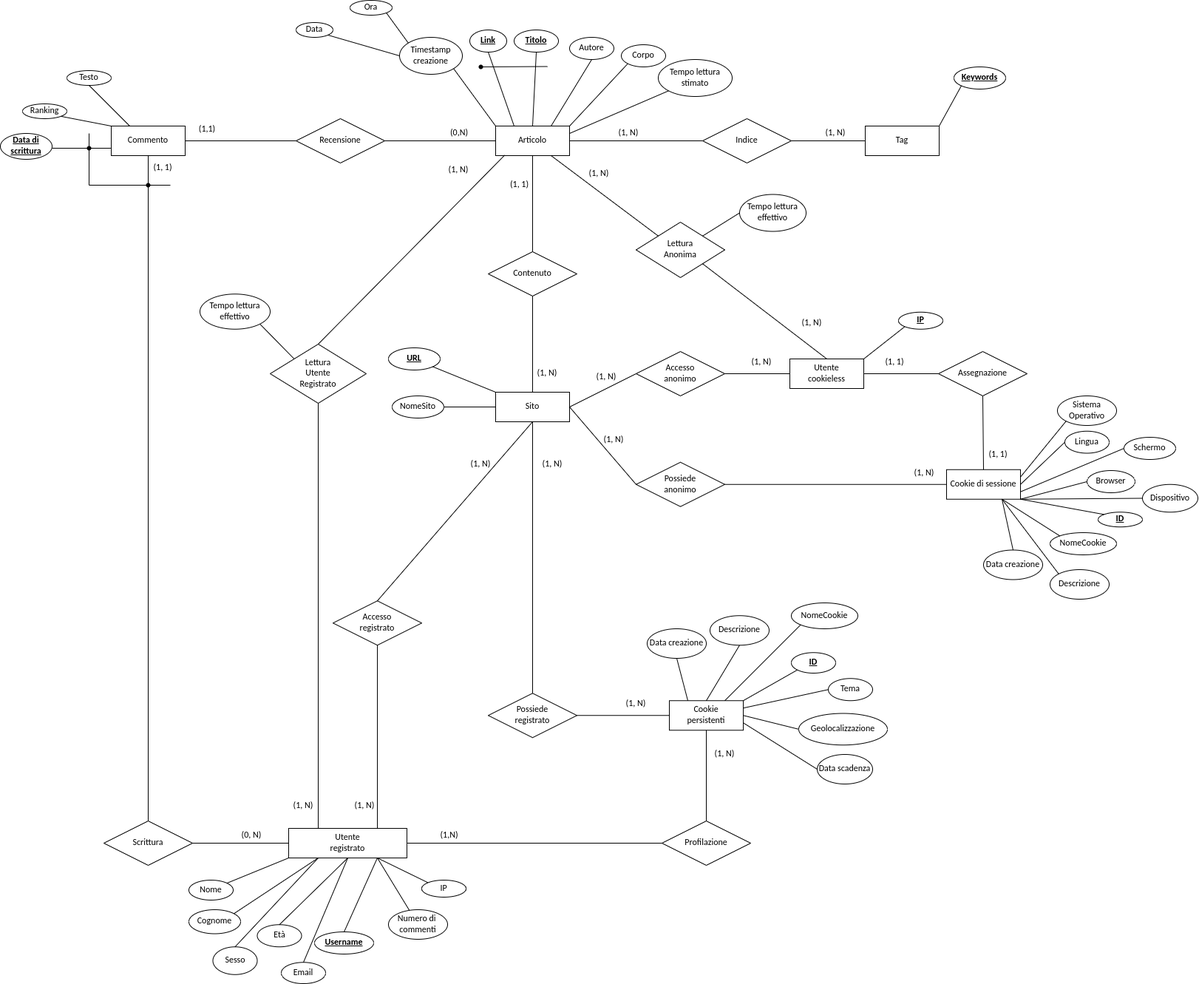
Before: Mappa Logica Database.png, a diagram exported from draw.io (Kirito-Emo/BD-Project). Source tidied: cells renumbered, new cells last; positions are measured from the earlier drawing's top-left corner, leaving out a move shared by most shapes.
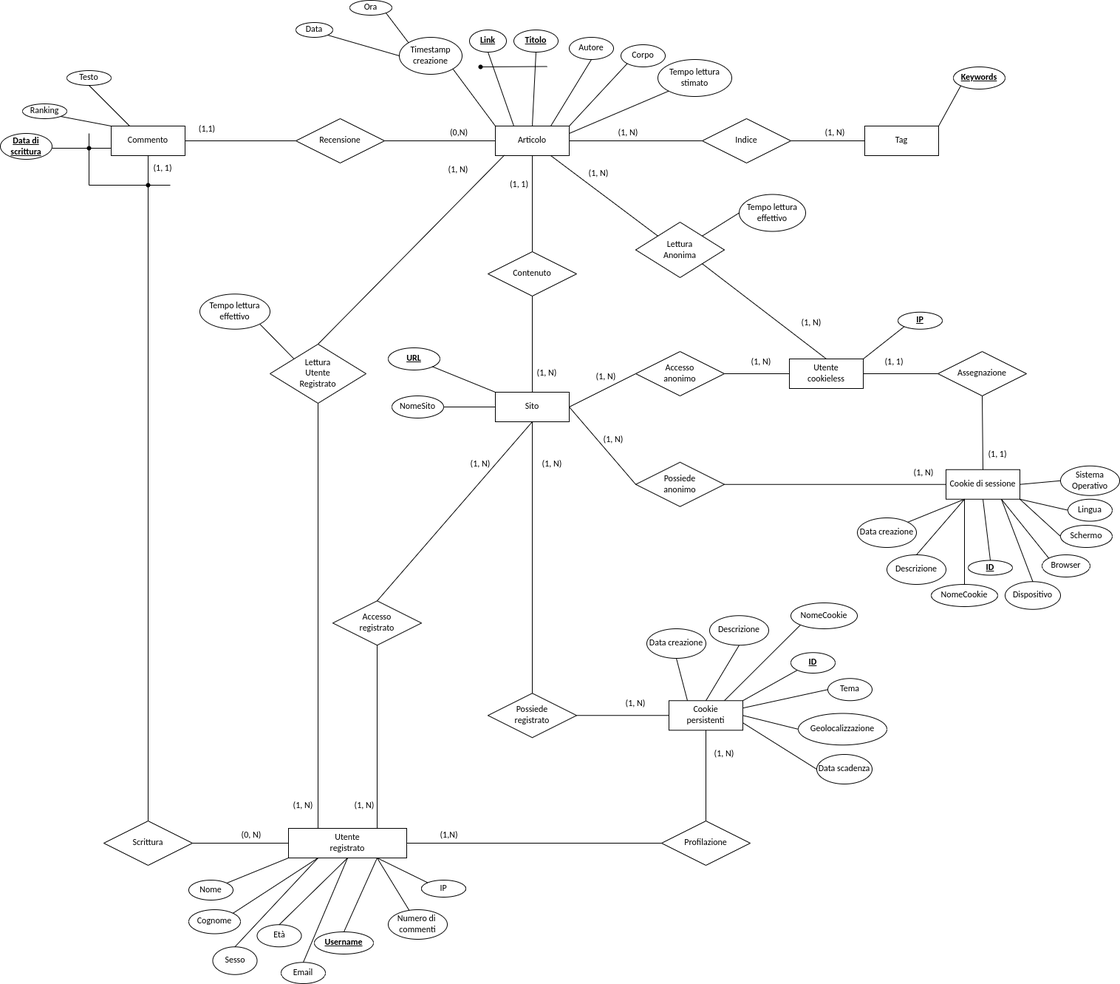
The same diagram one commit later.

Change to the diagram source:
```diff
@@ -255,27 +255,27 @@
       <mxGeometry relative="1" as="geometry" />
     </mxCell>
     <mxCell id="84" value="Browser" style="ellipse;whiteSpace=wrap;html=1;align=center;strokeColor=default;fontFamily=Calibri;fontSize=12;fontColor=default;fillColor=default;" parent="1" vertex="1">
-      <mxGeometry x="1470" y="636" width="65" height="30" as="geometry" />
+      <mxGeometry x="1410" y="750" width="65" height="30" as="geometry" />
     </mxCell>
     <mxCell id="85" value="Schermo" style="ellipse;whiteSpace=wrap;html=1;align=center;strokeColor=default;fontFamily=Calibri;fontSize=12;fontColor=default;fillColor=default;" parent="1" vertex="1">
-      <mxGeometry x="1520" y="591" width="70" height="30" as="geometry" />
+      <mxGeometry x="1435" y="710" width="70" height="30" as="geometry" />
     </mxCell>
     <mxCell id="86" value="Sistema Operativo" style="ellipse;whiteSpace=wrap;html=1;align=center;fontStyle=0;strokeColor=default;fontFamily=Calibri;fontSize=12;fontColor=default;fillColor=default;" parent="1" vertex="1">
-      <mxGeometry x="1430" y="535" width="80" height="40" as="geometry" />
+      <mxGeometry x="1435" y="629.8" width="80" height="40" as="geometry" />
     </mxCell>
     <mxCell id="87" value="Lingua" style="ellipse;whiteSpace=wrap;html=1;align=center;fontStyle=0;strokeColor=default;fontFamily=Calibri;fontSize=12;fontColor=default;fillColor=default;" parent="1" vertex="1">
-      <mxGeometry x="1440" y="582.8" width="60" height="29.8" as="geometry" />
+      <mxGeometry x="1445" y="674.8" width="60" height="29.8" as="geometry" />
     </mxCell>
-    <mxCell id="88" style="endArrow=none;html=1;rounded=0;fontFamily=Calibri;fontSize=12;fontColor=default;entryX=1;entryY=0.25;entryDx=0;entryDy=0;exitX=0;exitY=1;exitDx=0;exitDy=0;" parent="1" edge="1" source="86" target="22">
+    <mxCell id="88" style="endArrow=none;html=1;rounded=0;fontFamily=Calibri;fontSize=12;fontColor=default;entryX=1;entryY=0.5;entryDx=0;entryDy=0;exitX=0;exitY=0.5;exitDx=0;exitDy=0;" parent="1" edge="1" source="86" target="22">
       <mxGeometry relative="1" as="geometry" />
     </mxCell>
-    <mxCell id="89" style="endArrow=none;html=1;rounded=0;fontFamily=Calibri;fontSize=12;fontColor=default;exitX=0;exitY=0.5;exitDx=0;exitDy=0;entryX=1;entryY=0.5;entryDx=0;entryDy=0;" parent="1" edge="1" source="87" target="22">
+    <mxCell id="89" style="endArrow=none;html=1;rounded=0;fontFamily=Calibri;fontSize=12;fontColor=default;exitX=0;exitY=0.5;exitDx=0;exitDy=0;entryX=1;entryY=1;entryDx=0;entryDy=0;" parent="1" edge="1" source="87" target="22">
       <mxGeometry relative="1" as="geometry" />
     </mxCell>
-    <mxCell id="90" style="endArrow=none;html=1;rounded=0;fontFamily=Calibri;fontSize=12;fontColor=default;exitX=0;exitY=0.5;exitDx=0;exitDy=0;entryX=1;entryY=0.75;entryDx=0;entryDy=0;" parent="1" edge="1" source="85" target="22">
+    <mxCell id="90" style="endArrow=none;html=1;rounded=0;fontFamily=Calibri;fontSize=12;fontColor=default;exitX=0;exitY=0.5;exitDx=0;exitDy=0;entryX=1;entryY=1;entryDx=0;entryDy=0;" parent="1" edge="1" source="85" target="22">
       <mxGeometry relative="1" as="geometry" />
     </mxCell>
-    <mxCell id="91" style="endArrow=none;html=1;rounded=0;fontFamily=Calibri;fontSize=12;fontColor=default;exitX=0;exitY=0.5;exitDx=0;exitDy=0;entryX=1;entryY=1;entryDx=0;entryDy=0;" parent="1" edge="1" source="84" target="22">
+    <mxCell id="91" style="endArrow=none;html=1;rounded=0;fontFamily=Calibri;fontSize=12;fontColor=default;exitX=0;exitY=0;exitDx=0;exitDy=0;entryX=0.75;entryY=1;entryDx=0;entryDy=0;" parent="1" edge="1" source="84" target="22">
       <mxGeometry relative="1" as="geometry" />
     </mxCell>
     <mxCell id="92" style="endArrow=none;html=1;rounded=0;fontFamily=Calibri;fontSize=12;fontColor=default;exitX=1;exitY=1;exitDx=0;exitDy=0;entryX=0;entryY=0;entryDx=0;entryDy=0;" parent="1" edge="1" source="129" target="100">
@@ -466,27 +466,27 @@
       <mxGeometry x="1220" y="624.8" width="60" height="30" as="geometry" />
     </mxCell>
     <mxCell id="148" value="Data creazione" style="ellipse;whiteSpace=wrap;html=1;align=center;strokeColor=default;fontFamily=Calibri;fontSize=12;fontColor=default;fillColor=default;" parent="1" vertex="1">
-      <mxGeometry x="1330" y="743.5" width="80" height="40" as="geometry" />
+      <mxGeometry x="1160" y="700" width="80" height="40" as="geometry" />
     </mxCell>
     <mxCell id="149" value="NomeCookie" style="ellipse;whiteSpace=wrap;html=1;align=center;fontStyle=0;strokeColor=default;fontFamily=Calibri;fontSize=12;fontColor=default;fillColor=default;" parent="1" vertex="1">
-      <mxGeometry x="1420" y="720" width="90" height="30" as="geometry" />
+      <mxGeometry x="1260" y="790" width="90" height="30" as="geometry" />
     </mxCell>
     <mxCell id="150" value="Descrizione&lt;br&gt;" style="ellipse;whiteSpace=wrap;html=1;align=center;strokeColor=default;fontFamily=Calibri;fontSize=12;fontColor=default;fillColor=default;" parent="1" vertex="1">
-      <mxGeometry x="1420" y="770" width="80" height="40" as="geometry" />
+      <mxGeometry x="1200" y="750" width="80" height="40" as="geometry" />
     </mxCell>
     <mxCell id="151" value="&lt;u&gt;&lt;b&gt;ID&lt;/b&gt;&lt;/u&gt;" style="ellipse;whiteSpace=wrap;html=1;align=center;fontStyle=0;strokeColor=default;fontFamily=Calibri;fontSize=12;fontColor=default;fillColor=default;" parent="1" vertex="1">
-      <mxGeometry x="1485" y="692.2" width="60" height="20" as="geometry" />
+      <mxGeometry x="1310" y="757.5" width="60" height="20" as="geometry" />
     </mxCell>
-    <mxCell id="152" style="endArrow=none;html=1;rounded=0;fontFamily=Calibri;fontSize=12;fontColor=default;exitX=0;exitY=0;exitDx=0;exitDy=0;entryX=1;entryY=1;entryDx=0;entryDy=0;" parent="1" edge="1" source="151" target="22">
+    <mxCell id="152" style="endArrow=none;html=1;rounded=0;fontFamily=Calibri;fontSize=12;fontColor=default;exitX=0.5;exitY=0;exitDx=0;exitDy=0;entryX=0.5;entryY=1;entryDx=0;entryDy=0;" parent="1" edge="1" source="151" target="22">
       <mxGeometry relative="1" as="geometry" />
     </mxCell>
-    <mxCell id="153" style="endArrow=none;html=1;rounded=0;fontFamily=Calibri;fontSize=12;fontColor=default;exitX=0;exitY=0;exitDx=0;exitDy=0;entryX=0.75;entryY=1;entryDx=0;entryDy=0;" parent="1" edge="1" source="149" target="22">
+    <mxCell id="153" style="endArrow=none;html=1;rounded=0;fontFamily=Calibri;fontSize=12;fontColor=default;exitX=0.5;exitY=0;exitDx=0;exitDy=0;entryX=0.25;entryY=1;entryDx=0;entryDy=0;" parent="1" edge="1" source="149" target="22">
       <mxGeometry relative="1" as="geometry" />
     </mxCell>
-    <mxCell id="154" style="endArrow=none;html=1;rounded=0;fontFamily=Calibri;fontSize=12;fontColor=default;exitX=0;exitY=0;exitDx=0;exitDy=0;entryX=0.75;entryY=1;entryDx=0;entryDy=0;" parent="1" edge="1" source="150" target="22">
+    <mxCell id="154" style="endArrow=none;html=1;rounded=0;fontFamily=Calibri;fontSize=12;fontColor=default;exitX=0.5;exitY=0;exitDx=0;exitDy=0;entryX=0.25;entryY=1;entryDx=0;entryDy=0;" parent="1" edge="1" source="150" target="22">
       <mxGeometry relative="1" as="geometry" />
     </mxCell>
-    <mxCell id="155" style="endArrow=none;html=1;rounded=0;fontFamily=Calibri;fontSize=12;fontColor=default;exitX=0.5;exitY=0;exitDx=0;exitDy=0;entryX=0.75;entryY=1;entryDx=0;entryDy=0;" parent="1" edge="1" source="148" target="22">
+    <mxCell id="155" style="endArrow=none;html=1;rounded=0;fontFamily=Calibri;fontSize=12;fontColor=default;exitX=1;exitY=0;exitDx=0;exitDy=0;entryX=0.25;entryY=1;entryDx=0;entryDy=0;" parent="1" edge="1" source="148" target="22">
       <mxGeometry relative="1" as="geometry" />
     </mxCell>
     <mxCell id="156" style="endArrow=none;html=1;rounded=0;exitX=1;exitY=0.5;exitDx=0;exitDy=0;entryX=0;entryY=0.5;entryDx=0;entryDy=0;fontFamily=Calibri;" parent="1" edge="1" source="17" target="27">
@@ -511,9 +511,9 @@
       <mxGeometry relative="1" as="geometry" />
     </mxCell>
     <mxCell id="163" value="Dispositivo" style="ellipse;whiteSpace=wrap;html=1;align=center;strokeColor=default;fontFamily=Calibri;fontSize=12;fontColor=default;fillColor=default;" parent="1" vertex="1">
-      <mxGeometry x="1545" y="654.8" width="75" height="37.5" as="geometry" />
+      <mxGeometry x="1360" y="786.2" width="75" height="37.5" as="geometry" />
     </mxCell>
-    <mxCell id="164" style="endArrow=none;html=1;rounded=0;fontFamily=Calibri;fontSize=12;fontColor=default;exitX=0;exitY=0.5;exitDx=0;exitDy=0;entryX=1;entryY=1;entryDx=0;entryDy=0;" parent="1" edge="1" source="163" target="22">
+    <mxCell id="164" style="endArrow=none;html=1;rounded=0;fontFamily=Calibri;fontSize=12;fontColor=default;exitX=0.5;exitY=0;exitDx=0;exitDy=0;entryX=0.75;entryY=1;entryDx=0;entryDy=0;" parent="1" edge="1" source="163" target="22">
       <mxGeometry relative="1" as="geometry" />
     </mxCell>
   </root>
```
